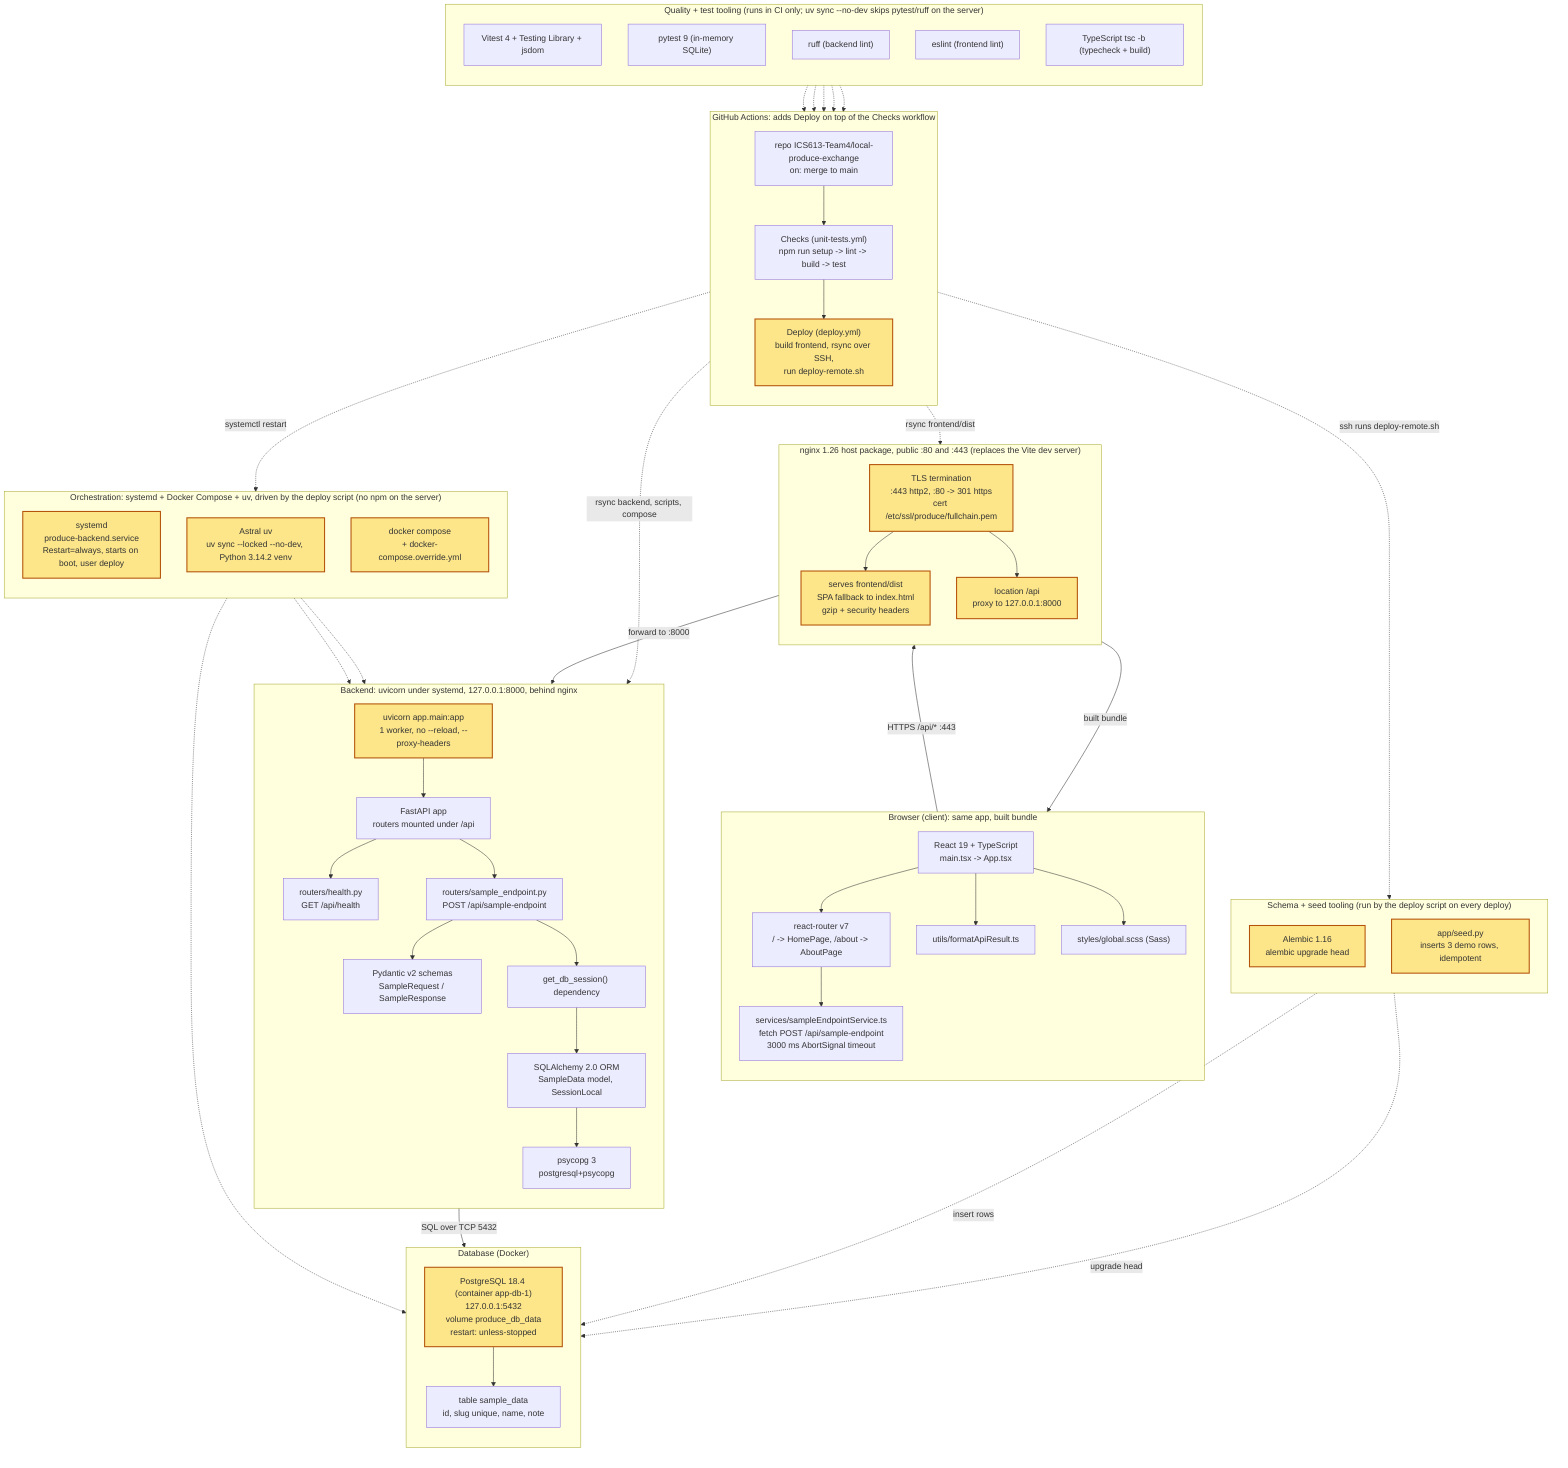
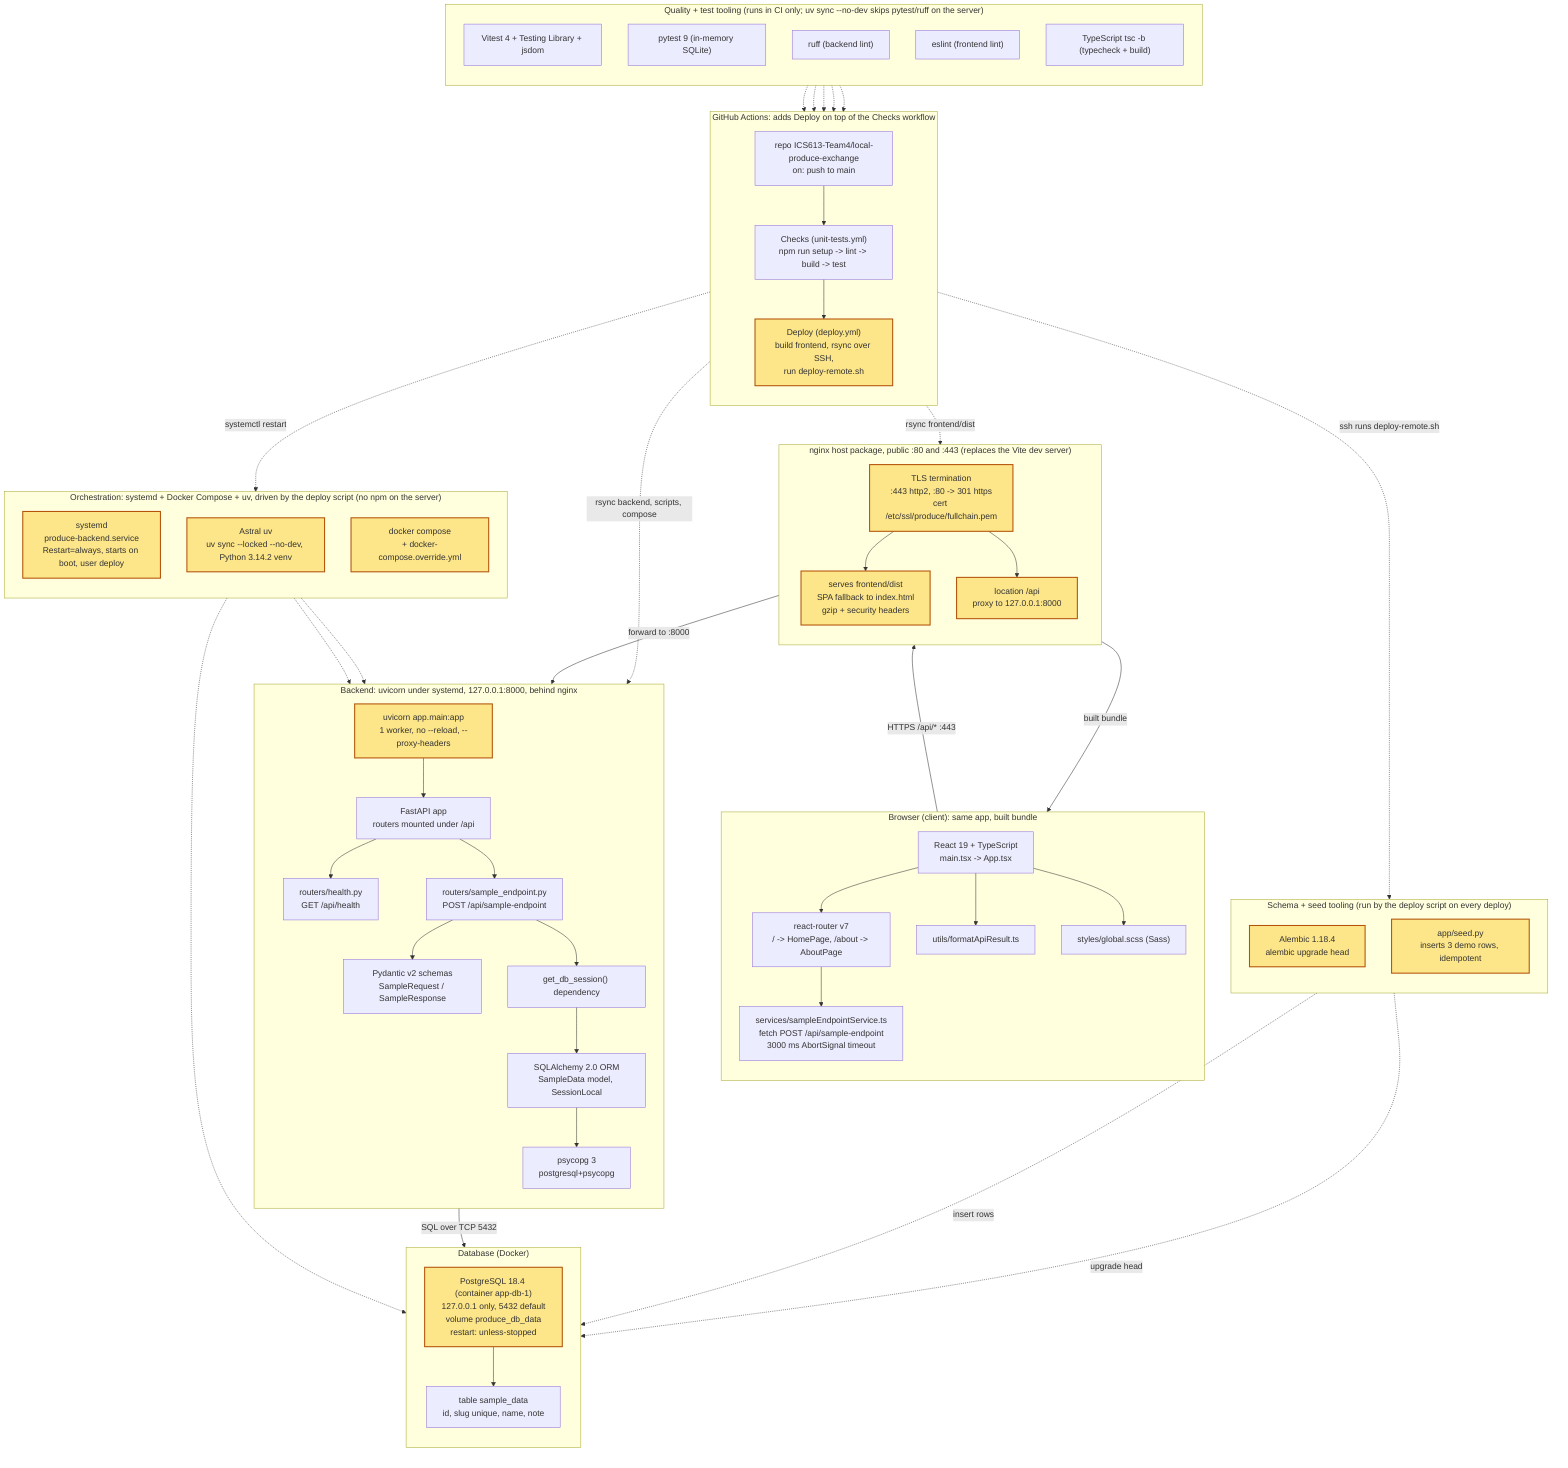
flowchart TB
    subgraph ORCH["Orchestration: systemd + Docker Compose + uv, driven by the deploy script (no npm on the server)"]
        direction TB
        SYSTEMD["systemd<br/>produce-backend.service<br/>Restart=always, starts on boot, user deploy"]
        UV["Astral uv<br/>uv sync --locked --no-dev, Python 3.14.2 venv"]
        DCMP["docker compose<br/>+ docker-compose.override.yml"]
    end

    subgraph BROWSER["Browser (client): same app, built bundle"]
        direction TB
        REACT["React 19 + TypeScript<br/>main.tsx -> App.tsx"]
        ROUTER["react-router v7<br/>/ -> HomePage, /about -> AboutPage"]
        SVC["services/sampleEndpointService.ts<br/>fetch POST /api/sample-endpoint<br/>3000 ms AbortSignal timeout"]
        UTIL["utils/formatApiResult.ts"]
        SCSS["styles/global.scss (Sass)"]
        REACT --> ROUTER
        ROUTER --> SVC
        REACT --> UTIL
        REACT --> SCSS
    end

-     subgraph WEB["nginx 1.26 host package, public :80 and :443 (replaces the Vite dev server)"]
+     subgraph WEB["nginx host package, public :80 and :443 (replaces the Vite dev server)"]
        direction TB
        NGINXTLS["TLS termination<br/>:443 http2, :80 -> 301 https<br/>cert /etc/ssl/produce/fullchain.pem"]
        NGINXSERVE["serves frontend/dist<br/>SPA fallback to index.html<br/>gzip + security headers"]
        NGINXPROXY["location /api<br/>proxy to 127.0.0.1:8000"]
        NGINXTLS --> NGINXSERVE
        NGINXTLS --> NGINXPROXY
    end

    subgraph BACK["Backend: uvicorn under systemd, 127.0.0.1:8000, behind nginx"]
        direction TB
        UVICORN["uvicorn app.main:app<br/>1 worker, no --reload, --proxy-headers"]
        FASTAPI["FastAPI app<br/>routers mounted under /api"]
        HEALTH["routers/health.py<br/>GET /api/health"]
        SAMPLE["routers/sample_endpoint.py<br/>POST /api/sample-endpoint"]
        PYD["Pydantic v2 schemas<br/>SampleRequest / SampleResponse"]
        DEP["get_db_session() dependency"]
        ORM["SQLAlchemy 2.0 ORM<br/>SampleData model, SessionLocal"]
        DRIVER["psycopg 3<br/>postgresql+psycopg"]
        UVICORN --> FASTAPI
        FASTAPI --> HEALTH
        FASTAPI --> SAMPLE
        SAMPLE --> PYD
        SAMPLE --> DEP
        DEP --> ORM
        ORM --> DRIVER
    end

    subgraph DB["Database (Docker)"]
        direction TB
-         PG["PostgreSQL 18.4 (container app-db-1)<br/>127.0.0.1:5432<br/>volume produce_db_data<br/>restart: unless-stopped"]
+         PG["PostgreSQL 18.4 (container app-db-1)<br/>127.0.0.1 only, 5432 default<br/>volume produce_db_data<br/>restart: unless-stopped"]
        TBL["table sample_data<br/>id, slug unique, name, note"]
        PG --> TBL
    end

    subgraph MIG["Schema + seed tooling (run by the deploy script on every deploy)"]
        direction TB
-         ALEMBIC["Alembic 1.16<br/>alembic upgrade head"]
+         ALEMBIC["Alembic 1.18.4<br/>alembic upgrade head"]
        SEED["app/seed.py<br/>inserts 3 demo rows, idempotent"]
    end

    subgraph QUAL["Quality + test tooling (runs in CI only; uv sync --no-dev skips pytest/ruff on the server)"]
        direction TB
        VITEST["Vitest 4 + Testing Library + jsdom"]
        PYTEST["pytest 9 (in-memory SQLite)"]
        RUFF["ruff (backend lint)"]
        ESLINT["eslint (frontend lint)"]
        TSC["TypeScript tsc -b (typecheck + build)"]
    end

    subgraph CI["GitHub Actions: adds Deploy on top of the Checks workflow"]
        direction TB
-         REPO["repo ICS613-Team4/local-produce-exchange<br/>on: merge to main"]
+         REPO["repo ICS613-Team4/local-produce-exchange<br/>on: push to main"]
        CHECKS["Checks (unit-tests.yml)<br/>npm run setup -> lint -> build -> test"]
        DEPLOYJOB["Deploy (deploy.yml)<br/>build frontend, rsync over SSH,<br/>run deploy-remote.sh"]
        REPO --> CHECKS
        CHECKS --> DEPLOYJOB
    end

    %% runtime request path
    SVC -->|"HTTPS /api/* :443"| NGINXTLS
    NGINXPROXY -->|"forward to :8000"| UVICORN
    NGINXSERVE -->|"built bundle"| REACT
    DRIVER -->|"SQL over TCP 5432"| PG

    %% supervision and orchestration
    SYSTEMD -.-> UVICORN
    UV -.-> UVICORN
    DCMP -.-> PG

    %% schema and seed
    ALEMBIC -.->|"upgrade head"| PG
    SEED -.->|"insert rows"| PG

    %% delivery
    DEPLOYJOB -.->|"rsync backend, scripts, compose"| BACK
    DEPLOYJOB -.->|"rsync frontend/dist"| NGINXSERVE
    DEPLOYJOB -.->|"ssh runs deploy-remote.sh"| MIG
    DEPLOYJOB -.->|"systemctl restart"| SYSTEMD
    VITEST -.-> CHECKS
    PYTEST -.-> CHECKS
    RUFF -.-> CHECKS
    ESLINT -.-> CHECKS
    TSC -.-> CHECKS

    classDef diff fill:#fde68a,stroke:#b45309,stroke-width:2px;
    class SYSTEMD,UV,DCMP,NGINXTLS,NGINXSERVE,NGINXPROXY,UVICORN,PG,ALEMBIC,SEED,DEPLOYJOB diff
